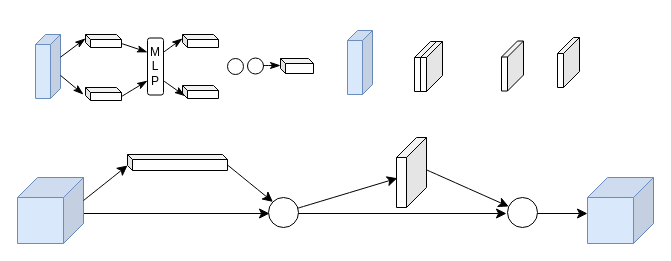
Earlier version of the draw.io diagram DrawIO_file/流程图/CBAM注意力机制.drawio (DingDongZz/typera_PicGO). Source tidied: cells renumbered, new cells numbered last; positions are measured from the earlier drawing's top-left corner, leaving out a move shared by most shapes. Both pictures are drawn from the tidied source at 100%, with x=0, y=0 at pixel (17, 30).
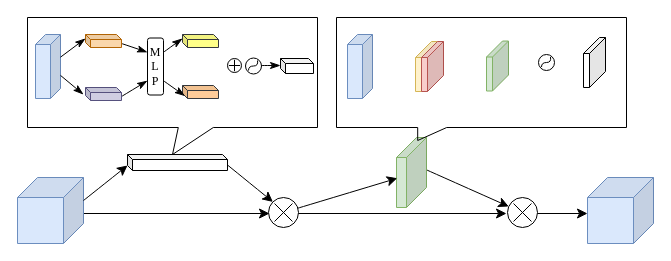
After the change.

Commit message (it also covers changes not shown here):
更新CBAM注意力机制.drawio

What changed in the source:
```diff
@@
-    <mxCell id="12" style="shape=cube;whiteSpace=wrap;html=1;boundedLbl=1;backgroundOutline=1;darkOpacity=0.05;darkOpacity2=0.1;size=20;flipV=0;flipH=1;" parent="1" vertex="1">
+    <mxCell id="12" style="shape=cube;whiteSpace=wrap;html=1;boundedLbl=1;backgroundOutline=1;darkOpacity=0.05;darkOpacity2=0.1;size=20;flipV=0;flipH=1;fillColor=#d5e8d4;strokeColor=#82b366;" parent="1" vertex="1">
       <mxGeometry x="379" y="107" width="30" height="70" as="geometry" />
     </mxCell>
@@
-    <mxCell id="18" style="shape=cube;whiteSpace=wrap;html=1;boundedLbl=1;backgroundOutline=1;darkOpacity=0.05;darkOpacity2=0.1;size=5;" parent="1" vertex="1">
+    <mxCell id="18" style="shape=cube;whiteSpace=wrap;html=1;boundedLbl=1;backgroundOutline=1;darkOpacity=0.05;darkOpacity2=0.1;size=5;fillColor=#fad7ac;strokeColor=#b46504;" parent="1" vertex="1">
       <mxGeometry x="68" y="4" width="36" height="13" as="geometry" />
     </mxCell>
@@
-    <mxCell id="20" style="shape=cube;whiteSpace=wrap;html=1;boundedLbl=1;backgroundOutline=1;darkOpacity=0.05;darkOpacity2=0.1;size=5;" parent="1" vertex="1">
+    <mxCell id="20" style="shape=cube;whiteSpace=wrap;html=1;boundedLbl=1;backgroundOutline=1;darkOpacity=0.05;darkOpacity2=0.1;size=5;fillColor=#d0cee2;strokeColor=#56517e;" parent="1" vertex="1">
       <mxGeometry x="68" y="57" width="36" height="13" as="geometry" />
     </mxCell>
-    <mxCell id="21" value="M&lt;div&gt;L&lt;/div&gt;&lt;div&gt;P&lt;/div&gt;" style="rounded=1;whiteSpace=wrap;html=1;" parent="1" vertex="1">
+    <mxCell id="21" value="M&lt;div&gt;L&lt;/div&gt;&lt;div&gt;P&lt;/div&gt;" style="rounded=1;whiteSpace=wrap;html=1;fontFamily=Times New Roman;" parent="1" vertex="1">
       <mxGeometry x="130" y="7.5" width="16" height="57" as="geometry" />
     </mxCell>
-    <mxCell id="22" style="shape=cube;whiteSpace=wrap;html=1;boundedLbl=1;backgroundOutline=1;darkOpacity=0.05;darkOpacity2=0.1;size=5;" parent="1" vertex="1">
+    <mxCell id="22" style="shape=cube;whiteSpace=wrap;html=1;boundedLbl=1;backgroundOutline=1;darkOpacity=0.05;darkOpacity2=0.1;size=5;fillColor=#ffff88;strokeColor=#36393d;" parent="1" vertex="1">
       <mxGeometry x="165" y="4" width="36" height="13" as="geometry" />
     </mxCell>
-    <mxCell id="23" style="shape=cube;whiteSpace=wrap;html=1;boundedLbl=1;backgroundOutline=1;darkOpacity=0.05;darkOpacity2=0.1;size=5;" parent="1" vertex="1">
+    <mxCell id="23" style="shape=cube;whiteSpace=wrap;html=1;boundedLbl=1;backgroundOutline=1;darkOpacity=0.05;darkOpacity2=0.1;size=5;fillColor=#ffcc99;strokeColor=#36393d;" parent="1" vertex="1">
       <mxGeometry x="165" y="55" width="36" height="13" as="geometry" />
     </mxCell>
     <mxCell id="24" style="shape=cube;whiteSpace=wrap;html=1;boundedLbl=1;backgroundOutline=1;darkOpacity=0.05;darkOpacity2=0.1;flipH=1;fillColor=#dae8fc;strokeColor=#6c8ebf;size=10;" parent="1" vertex="1">
-      <mxGeometry x="330" width="25" height="64" as="geometry" />
+      <mxGeometry x="330" y="4" width="25" height="64" as="geometry" />
     </mxCell>
     <mxCell id="25" style="ellipse;whiteSpace=wrap;html=1;" parent="1" vertex="1">
-      <mxGeometry x="210" y="28" width="16" height="16" as="geometry" />
+      <mxGeometry x="210" y="28" width="14" height="14" as="geometry" />
     </mxCell>
     <mxCell id="26" style="ellipse;whiteSpace=wrap;html=1;" parent="1" vertex="1">
-      <mxGeometry x="230" y="27.5" width="16" height="16" as="geometry" />
+      <mxGeometry x="228" y="27.5" width="16" height="16" as="geometry" />
     </mxCell>
@@
     <mxCell id="31" style="shape=cube;whiteSpace=wrap;html=1;boundedLbl=1;backgroundOutline=1;darkOpacity=0.05;darkOpacity2=0.1;size=16;flipV=0;flipH=1;" parent="1" vertex="1">
-      <mxGeometry x="540" y="7" width="22" height="50" as="geometry" />
+      <mxGeometry x="566" y="7" width="22" height="50" as="geometry" />
     </mxCell>
     <mxCell id="32" style="edgeStyle=none;shape=connector;curved=1;rounded=0;orthogonalLoop=1;jettySize=auto;html=1;entryX=0;entryY=0;entryDx=0;entryDy=10;entryPerimeter=0;strokeColor=default;align=center;verticalAlign=middle;fontFamily=Helvetica;fontSize=12;fontColor=default;labelBackgroundColor=default;startSize=8;endArrow=classicThin;endFill=1;endSize=8;" parent="1" edge="1">
       <mxGeometry relative="1" as="geometry">
-        <mxPoint x="246" y="35" as="sourcePoint" />
+        <mxPoint x="244" y="35" as="sourcePoint" />
         <mxPoint x="263" y="35" as="targetPoint" />
       </mxGeometry>
     </mxCell>
+    <mxCell id="35" style="shape=cube;whiteSpace=wrap;html=1;boundedLbl=1;backgroundOutline=1;darkOpacity=0.05;darkOpacity2=0.1;size=16;flipV=0;flipH=1;fillColor=#d5e8d4;strokeColor=#82b366;" parent="1" vertex="1">
+      <mxGeometry x="469" y="10.5" width="22" height="50" as="geometry" />
+    </mxCell>
+    <mxCell id="36" style="group;" parent="1" vertex="1">
+      <mxGeometry x="398" y="11" width="28" height="50" as="geometry" />
+    </mxCell>
-    <mxCell id="33" style="shape=cube;whiteSpace=wrap;html=1;boundedLbl=1;backgroundOutline=1;darkOpacity=0.05;darkOpacity2=0.1;size=16;flipV=0;flipH=1;" parent="1" vertex="1">
-      <mxGeometry x="397" y="11" width="22" height="50" as="geometry" />
+    <mxCell id="33" style="shape=cube;whiteSpace=wrap;html=1;boundedLbl=1;backgroundOutline=1;darkOpacity=0.05;darkOpacity2=0.1;size=16;flipV=0;flipH=1;fillColor=#fff2cc;strokeColor=#d6b656;" parent="36" vertex="1">
+      <mxGeometry width="22" height="50" as="geometry" />
     </mxCell>
-    <mxCell id="34" style="shape=cube;whiteSpace=wrap;html=1;boundedLbl=1;backgroundOutline=1;darkOpacity=0.05;darkOpacity2=0.1;size=16;flipV=0;flipH=1;" parent="1" vertex="1">
-      <mxGeometry x="403" y="11" width="22" height="50" as="geometry" />
+    <mxCell id="34" style="shape=cube;whiteSpace=wrap;html=1;boundedLbl=1;backgroundOutline=1;darkOpacity=0.05;darkOpacity2=0.1;size=16;flipV=0;flipH=1;fillColor=#f8cecc;strokeColor=#b85450;" parent="36" vertex="1">
+      <mxGeometry x="6" width="22" height="50" as="geometry" />
     </mxCell>
-    <mxCell id="35" style="shape=cube;whiteSpace=wrap;html=1;boundedLbl=1;backgroundOutline=1;darkOpacity=0.05;darkOpacity2=0.1;size=16;flipV=0;flipH=1;" parent="1" vertex="1">
-      <mxGeometry x="484" y="10.5" width="22" height="50" as="geometry" />
-    </mxCell>
+    <mxCell id="37" style="shape=umlDestroy;whiteSpace=wrap;html=1;strokeWidth=1;targetShapes=umlLifeline;fontFamily=Helvetica;fontSize=12;fontColor=default;labelBackgroundColor=default;" parent="1" vertex="1">
+      <mxGeometry x="257" y="173" width="18" height="18" as="geometry" />
+    </mxCell>
+    <mxCell id="38" style="shape=umlDestroy;whiteSpace=wrap;html=1;strokeWidth=1;targetShapes=umlLifeline;fontFamily=Helvetica;fontSize=12;fontColor=default;labelBackgroundColor=default;" parent="1" vertex="1">
+      <mxGeometry x="496" y="173" width="18" height="18" as="geometry" />
+    </mxCell>
+    <mxCell id="39" style="shape=umlDestroy;whiteSpace=wrap;html=1;strokeWidth=1;targetShapes=umlLifeline;fontFamily=Helvetica;fontSize=12;fontColor=default;labelBackgroundColor=default;rotation=45;" parent="1" vertex="1">
+      <mxGeometry x="213" y="31" width="8" height="8" as="geometry" />
+    </mxCell>
+    <mxCell id="40" style="curved=1;endArrow=none;html=1;rounded=0;strokeColor=default;align=center;verticalAlign=middle;fontFamily=Helvetica;fontSize=12;fontColor=default;labelBackgroundColor=default;edgeStyle=none;startSize=8;endSize=8;endFill=1;startFill=0;" parent="1" edge="1">
+      <mxGeometry relative="1" as="geometry">
+        <mxPoint x="231" y="40" as="sourcePoint" />
+        <mxPoint x="240" y="30" as="targetPoint" />
+        <Array as="points">
+          <mxPoint x="231" y="35.5" />
+          <mxPoint x="241" y="35.5" />
+        </Array>
+      </mxGeometry>
+    </mxCell>
+    <mxCell id="41" style="group;" parent="1" vertex="1">
+      <mxGeometry x="521" y="24" width="16" height="16" as="geometry" />
+    </mxCell>
+    <mxCell id="42" style="ellipse;whiteSpace=wrap;html=1;" parent="41" vertex="1">
+      <mxGeometry width="16" height="16" as="geometry" />
+    </mxCell>
+    <mxCell id="43" style="curved=1;endArrow=none;html=1;rounded=0;strokeColor=default;align=center;verticalAlign=middle;fontFamily=Helvetica;fontSize=12;fontColor=default;labelBackgroundColor=default;edgeStyle=none;startSize=8;endSize=8;endFill=1;startFill=0;" parent="41" edge="1">
+      <mxGeometry relative="1" as="geometry">
+        <mxPoint x="3" y="12.5" as="sourcePoint" />
+        <mxPoint x="12" y="2.5" as="targetPoint" />
+        <Array as="points">
+          <mxPoint x="3" y="8" />
+          <mxPoint x="13" y="8" />
+        </Array>
+      </mxGeometry>
+    </mxCell>
+    <mxCell id="44" style="shape=callout;whiteSpace=wrap;html=1;perimeter=calloutPerimeter;fontFamily=Helvetica;fontSize=12;labelBackgroundColor=default;fillColor=none;base=35;size=27;position=0.52;" parent="1" vertex="1">
+      <mxGeometry x="10" y="-13" width="290" height="137" as="geometry" />
+    </mxCell>
+    <mxCell id="45" style="shape=callout;whiteSpace=wrap;html=1;perimeter=calloutPerimeter;fontFamily=Helvetica;fontSize=12;labelBackgroundColor=default;fillColor=none;base=29;size=13;position=0.28;position2=0.28;" parent="1" vertex="1">
+      <mxGeometry x="319" y="-13" width="290" height="123" as="geometry" />
+    </mxCell>
```
